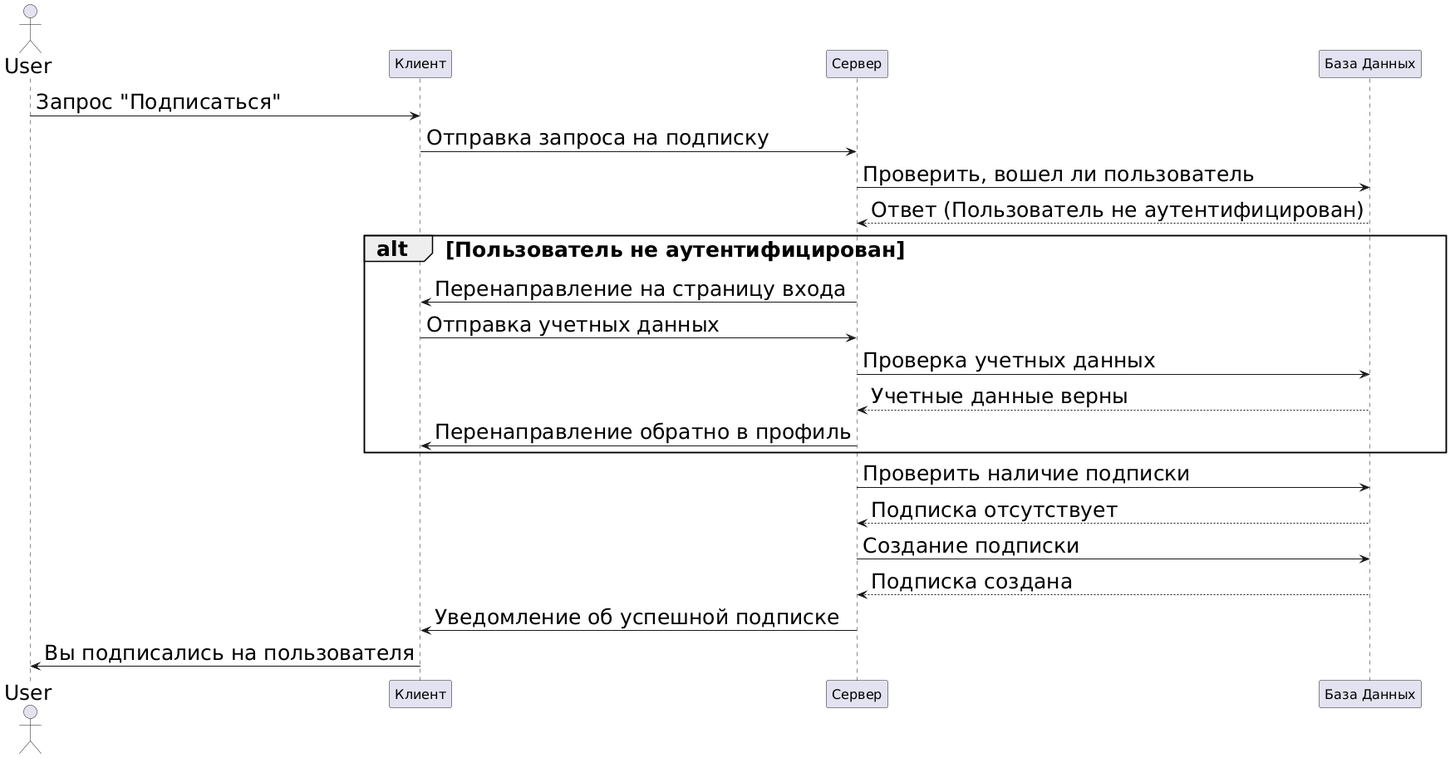
The PlantUML diagram momentum/docs/diagrams/sequence_diagram.png in goriiin/5sem, before a commit.
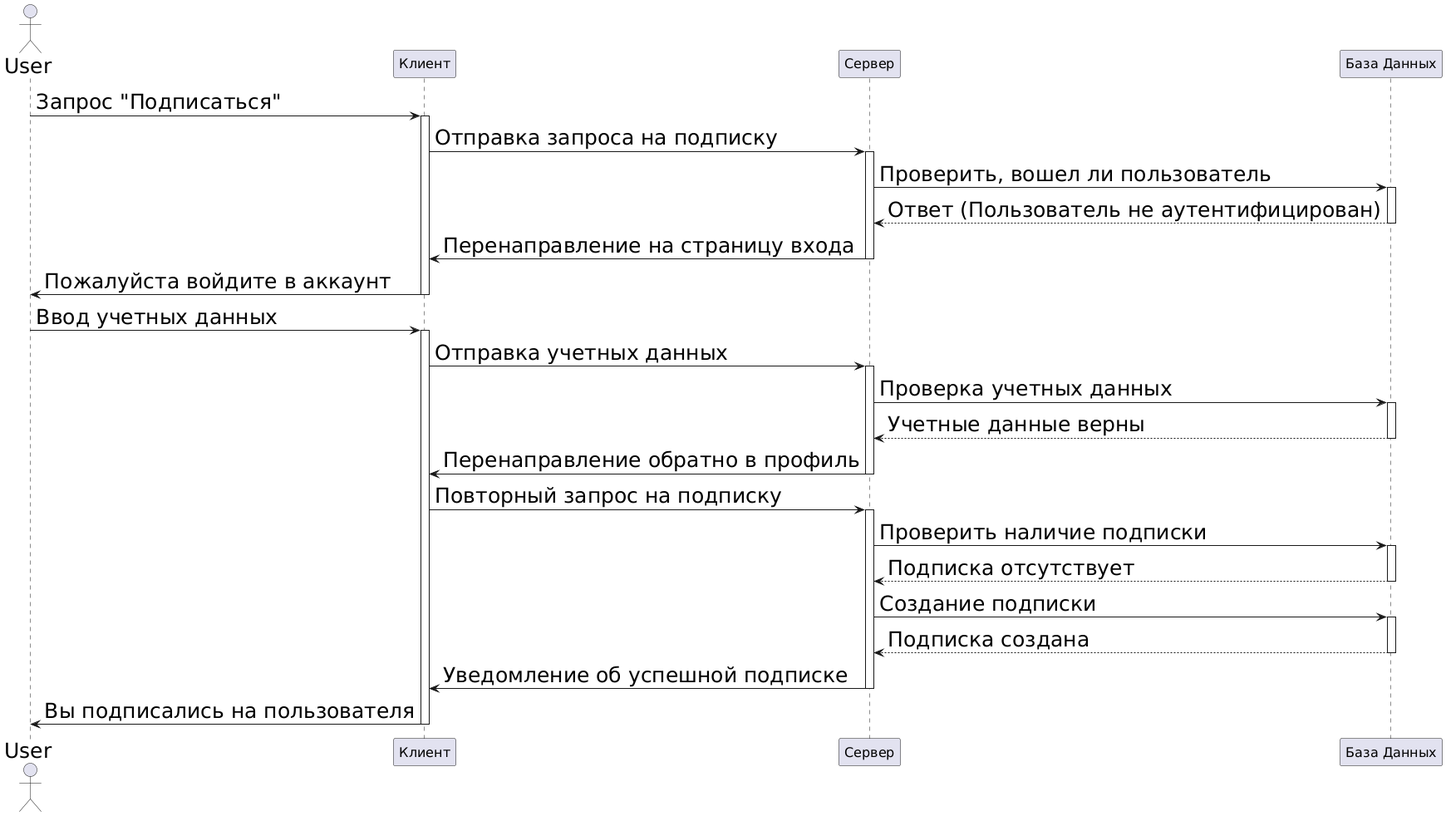
The same file after the commit.

Change to the diagram source:
```diff
@@ -11,22 +11,43 @@
 participant "База Данных" as Database
 
 User -> Browser: Запрос "Подписаться"
+activate Browser
 Browser -> Backend: Отправка запроса на подписку
+activate Backend
 Backend -> Database: Проверить, вошел ли пользователь
+activate Database
 Database --> Backend: Ответ (Пользователь не аутентифицирован)
+deactivate Database
 
-alt Пользователь не аутентифицирован
-    Backend -> Browser: Перенаправление на страницу входа
-    Browser -> Backend: Отправка учетных данных
-    Backend -> Database: Проверка учетных данных
-    Database --> Backend: Учетные данные верны
-    Backend -> Browser: Перенаправление обратно в профиль
-end
 
+Backend -> Browser: Перенаправление на страницу входа
+deactivate Backend
+Browser -> User: Пожалуйста войдите в аккаунт
+deactivate Browser
+
+User -> Browser: Ввод учетных данных
+activate Browser
+Browser -> Backend: Отправка учетных данных
+activate Backend
+Backend -> Database: Проверка учетных данных
+activate Database
+Database --> Backend: Учетные данные верны
+deactivate Database
+Backend -> Browser: Перенаправление обратно в профиль
+deactivate Backend
+
+Browser -> Backend: Повторный запрос на подписку
+activate Backend
 Backend -> Database: Проверить наличие подписки
+activate Database
 Database --> Backend: Подписка отсутствует
+deactivate Database
 Backend -> Database: Создание подписки
+activate Database
 Database --> Backend: Подписка создана
+deactivate Database
 Backend -> Browser: Уведомление об успешной подписке
+deactivate Backend
 Browser -> User: Вы подписались на пользователя
+deactivate Browser
 @enduml
```
